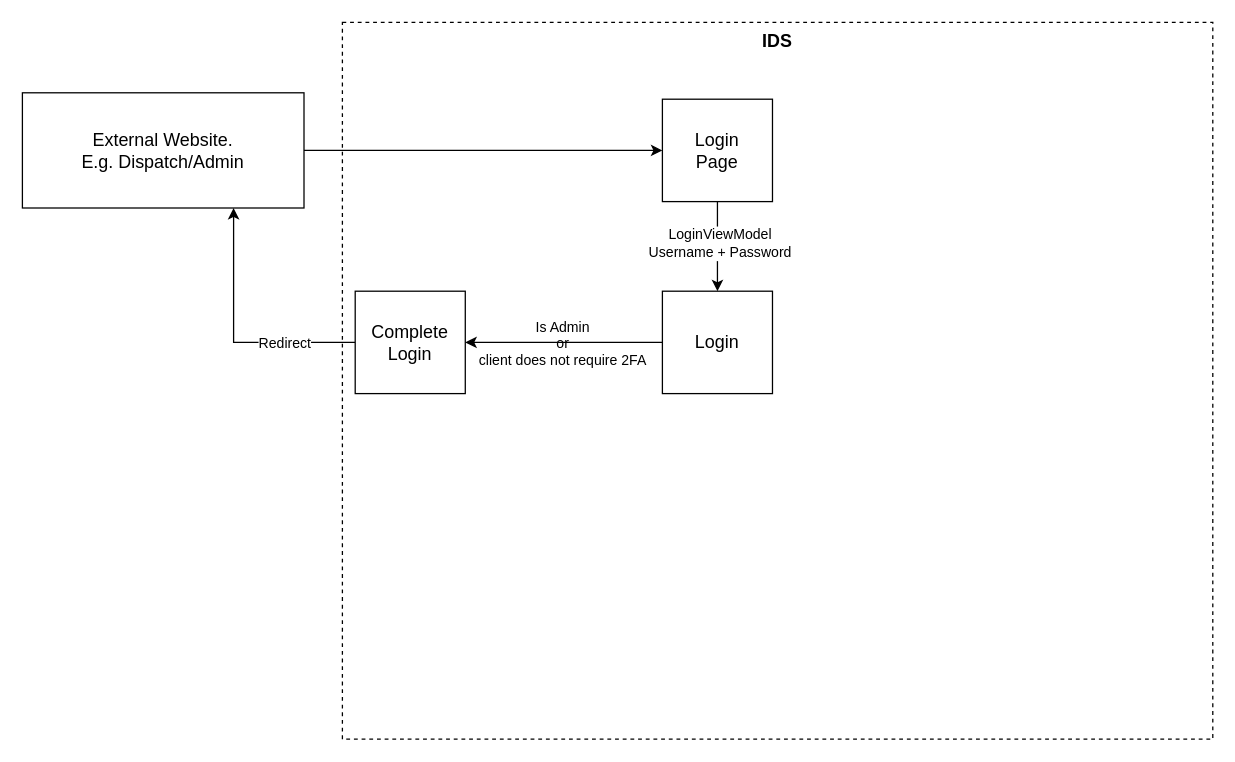
Earlier version of the draw.io diagram 2FA login.drawio (gbates-e2open/drawioFiles). Source tidied: cells renumbered, new cells numbered last; positions are measured from the earlier drawing's top-left corner, leaving out a move shared by most shapes. Both pictures are drawn from the tidied source at 128%, with x=0, y=0 at pixel (22, 22).
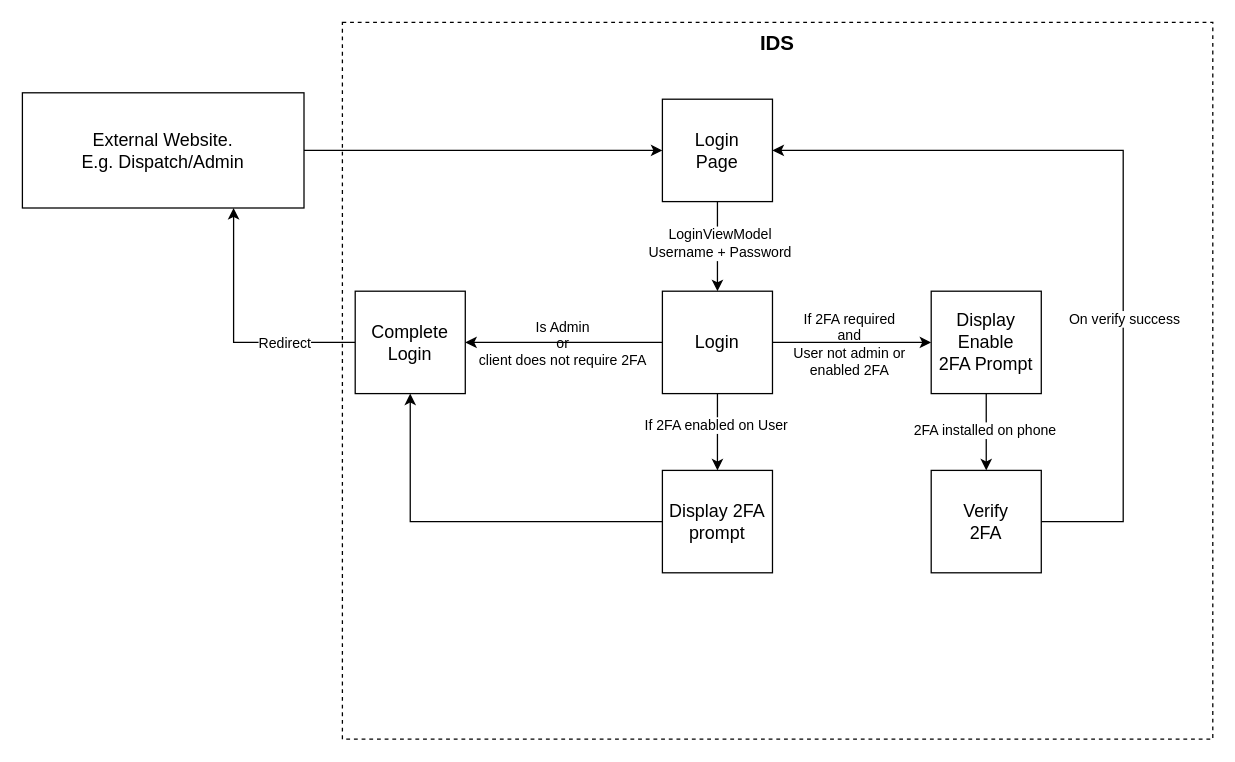
Above is the later version.

The change refers to these unchanged cells:
```xml
<mxCell id="7" value="Login&lt;div&gt;Page&lt;/div&gt;" style="html=1;whiteSpace=wrap;fontSize=14;" parent="1" vertex="1">
  <mxGeometry x="500" y="60" width="86" height="80" as="geometry" />
</mxCell>
<mxCell id="10" value="Login" style="html=1;whiteSpace=wrap;fontSize=14;" parent="1" vertex="1">
  <mxGeometry x="500" y="210" width="86" height="80" as="geometry" />
</mxCell>
<mxCell id="13" value="Complete&lt;div&gt;Login&lt;/div&gt;" style="html=1;whiteSpace=wrap;fontSize=14;" parent="1" vertex="1">
  <mxGeometry x="260" y="210" width="86" height="80" as="geometry" />
</mxCell>
```

Change to the diagram source:
```diff
@@
-    <mxCell id="2" value="IDS" style="html=1;whiteSpace=wrap;gradientColor=none;fillColor=none;dashed=1;fontSize=14;verticalAlign=top;fontStyle=1;" parent="1" vertex="1">
+    <mxCell id="2" value="&lt;font style=&quot;font-size: 16px;&quot;&gt;IDS&lt;/font&gt;" style="html=1;whiteSpace=wrap;gradientColor=none;fillColor=none;dashed=1;fontSize=14;verticalAlign=top;fontStyle=1;" parent="1" vertex="1">
       <mxGeometry x="250" width="680" height="560" as="geometry" />
     </mxCell>
@@
+    <mxCell id="14" style="edgeStyle=orthogonalEdgeStyle;rounded=0;jettySize=auto;html=1;exitX=0.5;exitY=1;exitDx=0;exitDy=0;entryX=0.5;entryY=0;entryDx=0;entryDy=0;" parent="1" edge="1" source="10" target="19">
+      <mxGeometry relative="1" as="geometry" />
+    </mxCell>
+    <mxCell id="15" value="If 2FA enabled on User" style="edgeLabel;html=1;align=center;verticalAlign=middle;" parent="14" vertex="1">
+      <mxGeometry x="-0.2" y="-2" relative="1" as="geometry" />
+    </mxCell>
+    <mxCell id="16" style="edgeStyle=orthogonalEdgeStyle;rounded=0;jettySize=auto;html=1;exitX=1;exitY=0.5;exitDx=0;exitDy=0;entryX=0;entryY=0.5;entryDx=0;entryDy=0;" parent="1" edge="1" source="10" target="22">
+      <mxGeometry relative="1" as="geometry" />
+    </mxCell>
+    <mxCell id="17" value="If 2FA required&lt;div&gt;and&lt;/div&gt;&lt;div&gt;User not admin or&lt;/div&gt;&lt;div&gt;enabled 2FA&lt;/div&gt;" style="edgeLabel;html=1;align=center;verticalAlign=middle;labelBackgroundColor=none;" parent="16" vertex="1">
+      <mxGeometry x="-0.05" y="-1" relative="1" as="geometry" />
+    </mxCell>
@@
+    <mxCell id="18" style="edgeStyle=orthogonalEdgeStyle;rounded=0;jettySize=auto;html=1;exitX=0;exitY=0.5;exitDx=0;exitDy=0;entryX=0.5;entryY=1;entryDx=0;entryDy=0;" parent="1" edge="1" source="19" target="13">
+      <mxGeometry relative="1" as="geometry" />
+    </mxCell>
+    <mxCell id="19" value="Display 2FA&lt;div&gt;prompt&lt;/div&gt;" style="html=1;whiteSpace=wrap;fontSize=14;" parent="1" vertex="1">
+      <mxGeometry x="500" y="350" width="86" height="80" as="geometry" />
+    </mxCell>
+    <mxCell id="20" style="edgeStyle=orthogonalEdgeStyle;rounded=0;jettySize=auto;html=1;exitX=0.5;exitY=1;exitDx=0;exitDy=0;entryX=0.5;entryY=0;entryDx=0;entryDy=0;" parent="1" edge="1" source="22" target="25">
+      <mxGeometry relative="1" as="geometry" />
+    </mxCell>
+    <mxCell id="21" value="2FA installed on phone" style="edgeLabel;html=1;align=center;verticalAlign=middle;" parent="20" vertex="1">
+      <mxGeometry x="-0.07" y="-2" relative="1" as="geometry" />
+    </mxCell>
+    <mxCell id="22" value="Display&lt;div&gt;Enable&lt;/div&gt;&lt;div&gt;2FA Prompt&lt;/div&gt;" style="html=1;whiteSpace=wrap;fontSize=14;" parent="1" vertex="1">
+      <mxGeometry x="710" y="210" width="86" height="80" as="geometry" />
+    </mxCell>
+    <mxCell id="23" style="edgeStyle=orthogonalEdgeStyle;rounded=0;jettySize=auto;html=1;exitX=1;exitY=0.5;exitDx=0;exitDy=0;entryX=1;entryY=0.5;entryDx=0;entryDy=0;" parent="1" edge="1" source="25" target="7">
+      <mxGeometry relative="1" as="geometry">
+        <Array as="points">
+          <mxPoint x="860" y="390" />
+          <mxPoint x="860" y="100" />
+        </Array>
+      </mxGeometry>
+    </mxCell>
+    <mxCell id="24" value="On verify success" style="edgeLabel;html=1;align=center;verticalAlign=middle;" parent="23" vertex="1">
+      <mxGeometry x="-0.29" relative="1" as="geometry" />
+    </mxCell>
+    <mxCell id="25" value="Verify&lt;div&gt;2FA&lt;/div&gt;" style="html=1;whiteSpace=wrap;fontSize=14;" parent="1" vertex="1">
+      <mxGeometry x="710" y="350" width="86" height="80" as="geometry" />
+    </mxCell>
```
